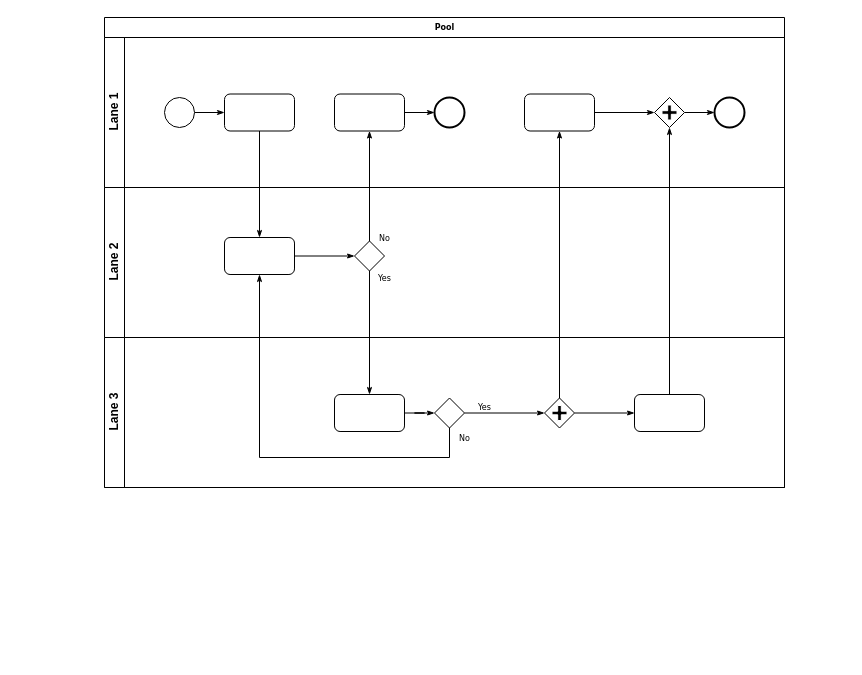
anonymoustafa/arpc-pd keeps this draw.io diagram as Untitled Diagram.drawio. Above is the earlier version. Source tidied: cells renumbered, new cells numbered last; positions are measured from the earlier drawing's top-left corner, leaving out a move shared by most shapes. Both pictures are drawn from the tidied source at 100%, with x=0, y=0 at pixel (104, 17).
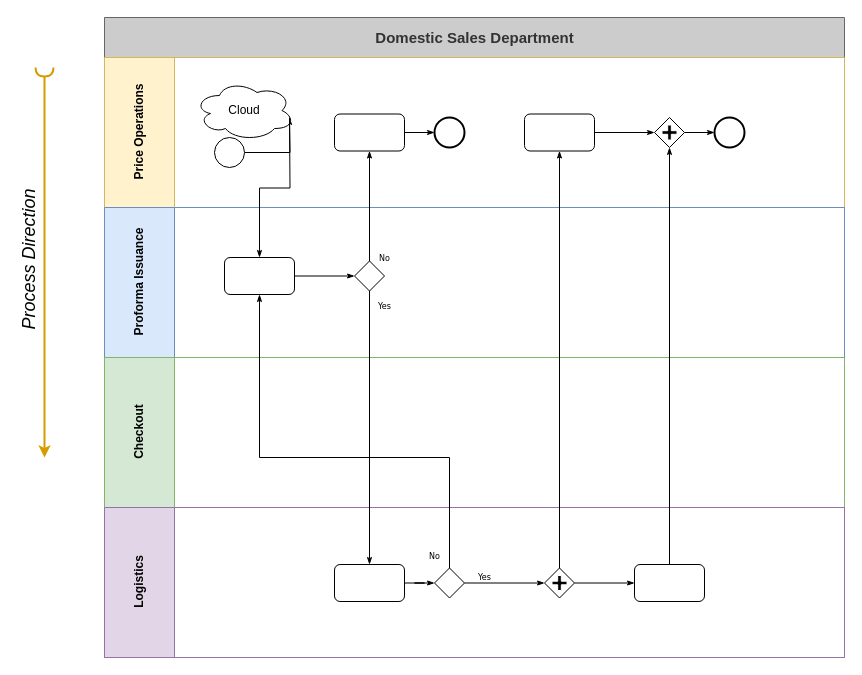
After the change.

The change refers to these unchanged cells:
```xml
<mxCell id="17" style="rounded=1;whiteSpace=wrap;html=1;shadow=0;labelBackgroundColor=none;strokeWidth=1;fontFamily=Verdana;fontSize=8;align=center;" parent="15" vertex="1">
  <mxGeometry x="120" y="50" width="70" height="37" as="geometry" />
</mxCell>
```

Change to the diagram source:
```diff
@@
-    <mxCell id="2" value="Pool" style="swimlane;html=1;horizontal=1;startSize=20;rounded=0;shadow=0;labelBackgroundColor=none;strokeWidth=1;fontFamily=Verdana;fontSize=8;align=center;" parent="1" vertex="1">
-      <mxGeometry width="680" height="470" as="geometry" />
+    <mxCell id="2" value="Domestic Sales Department" style="swimlane;html=1;horizontal=1;startSize=40;rounded=0;shadow=0;labelBackgroundColor=none;strokeWidth=1;fontFamily=Helvetica;fontSize=15;align=center;fillColor=#CCCCCC;strokeColor=#666666;fontColor=#333333;" parent="1" vertex="1">
+      <mxGeometry width="740" height="640" as="geometry" />
     </mxCell>
-    <mxCell id="3" value="Lane 1" style="swimlane;html=1;startSize=20;horizontal=0;" parent="2" vertex="1">
-      <mxGeometry y="20" width="680" height="150" as="geometry" />
+    <mxCell id="3" value="Price Operations" style="swimlane;html=1;startSize=70;horizontal=0;fillColor=#fff2cc;strokeColor=#d6b656;swimlaneFillColor=none;glass=0;rounded=0;shadow=0;" parent="2" vertex="1">
+      <mxGeometry y="40" width="740" height="150" as="geometry" />
     </mxCell>
-    <mxCell id="4" style="edgeStyle=orthogonalEdgeStyle;rounded=0;html=1;labelBackgroundColor=none;startArrow=none;startFill=0;startSize=5;endArrow=classicThin;endFill=1;endSize=5;jettySize=auto;strokeWidth=1;fontFamily=Verdana;fontSize=8;" parent="3" edge="1" source="5" target="6">
-      <mxGeometry relative="1" as="geometry" />
+    <mxCell id="4" style="edgeStyle=orthogonalEdgeStyle;rounded=0;html=1;labelBackgroundColor=none;startArrow=none;startFill=0;startSize=5;endArrow=classicThin;endFill=1;endSize=5;jettySize=auto;strokeWidth=1;fontFamily=Verdana;fontSize=8;" parent="3" edge="1" source="5">
+      <mxGeometry relative="1" as="geometry">
+        <mxPoint x="185" y="60" as="targetPoint" />
+      </mxGeometry>
     </mxCell>
     <mxCell id="5" style="ellipse;whiteSpace=wrap;html=1;rounded=0;shadow=0;labelBackgroundColor=none;strokeWidth=1;fontFamily=Verdana;fontSize=8;align=center;" parent="3" vertex="1">
-      <mxGeometry x="60" y="60" width="30" height="30" as="geometry" />
+      <mxGeometry x="110" y="80" width="30" height="30" as="geometry" />
     </mxCell>
-    <mxCell id="6" style="rounded=1;whiteSpace=wrap;html=1;shadow=0;labelBackgroundColor=none;strokeWidth=1;fontFamily=Verdana;fontSize=8;align=center;" parent="3" vertex="1">
-      <mxGeometry x="120" y="56.5" width="70" height="37" as="geometry" />
-    </mxCell>
@@
+    <mxCell id="33" value="Cloud" style="ellipse;shape=cloud;whiteSpace=wrap;html=1;align=center;" parent="3" vertex="1">
+      <mxGeometry x="90" y="23" width="100" height="60" as="geometry" />
+    </mxCell>
-    <mxCell id="15" value="Lane 2" style="swimlane;html=1;startSize=20;horizontal=0;" parent="2" vertex="1">
-      <mxGeometry y="170" width="680" height="150" as="geometry" />
+    <mxCell id="15" value="Proforma Issuance" style="swimlane;html=1;startSize=70;horizontal=0;fillColor=#dae8fc;strokeColor=#6c8ebf;" parent="2" vertex="1">
+      <mxGeometry y="190" width="740" height="150" as="geometry" />
     </mxCell>
@@
+    <mxCell id="34" value="Checkout" style="swimlane;html=1;startSize=70;horizontal=0;fillColor=#d5e8d4;strokeColor=#82b366;" parent="2" vertex="1">
+      <mxGeometry y="340" width="740" height="150" as="geometry" />
+    </mxCell>
-    <mxCell id="19" value="Lane 3" style="swimlane;html=1;startSize=20;horizontal=0;" parent="2" vertex="1">
-      <mxGeometry y="320" width="680" height="150" as="geometry" />
+    <mxCell id="19" value="Logistics" style="swimlane;html=1;startSize=70;horizontal=0;fillColor=#e1d5e7;strokeColor=#9673a6;" parent="2" vertex="1">
+      <mxGeometry y="490" width="740" height="150" as="geometry" />
     </mxCell>
@@
-    <mxCell id="27" style="edgeStyle=orthogonalEdgeStyle;rounded=0;html=1;labelBackgroundColor=none;startArrow=none;startFill=0;startSize=5;endArrow=classicThin;endFill=1;endSize=5;jettySize=auto;strokeWidth=1;fontFamily=Verdana;fontSize=8;" parent="2" edge="1" source="6" target="17">
-      <mxGeometry relative="1" as="geometry" />
+    <mxCell id="27" style="edgeStyle=orthogonalEdgeStyle;rounded=0;html=1;labelBackgroundColor=none;startArrow=none;startFill=0;startSize=5;endArrow=classicThin;endFill=1;endSize=5;jettySize=auto;strokeWidth=1;fontFamily=Verdana;fontSize=8;" parent="2" edge="1" target="17">
+      <mxGeometry relative="1" as="geometry">
+        <mxPoint x="185" y="100" as="sourcePoint" />
+      </mxGeometry>
     </mxCell>
@@
+    <mxCell id="35" style="endArrow=classic;html=1;rounded=0;strokeWidth=2;startArrow=halfCircle;startFill=0;fillColor=#ffe6cc;strokeColor=#d79b00;" parent="1" edge="1">
+      <mxGeometry relative="1" as="geometry">
+        <mxPoint x="-60" y="50" as="sourcePoint" />
+        <mxPoint x="-60" y="440" as="targetPoint" />
+      </mxGeometry>
+    </mxCell>
+    <mxCell id="36" value="Process Direction" style="edgeLabel;html=1;align=center;verticalAlign=bottom;horizontal=0;fontSize=18;fontStyle=2;" parent="35" vertex="1">
+      <mxGeometry x="-0.01" y="-3" relative="1" as="geometry" />
+    </mxCell>
```
